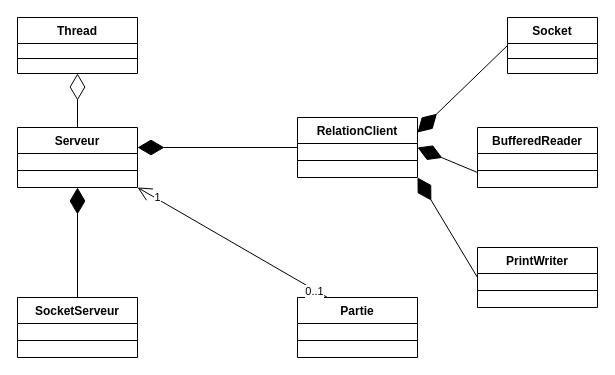
The draw.io diagram page "Page-3" (3 of 4) of Serveur.drawio in MehdiHaboucha/kahoot, before the edit. Source tidied: cells renumbered, new cells numbered last; positions are measured from the earlier drawing's top-left corner, leaving out a move shared by most shapes. Both pictures are drawn from the tidied source at 100%, with x=0, y=0 at pixel (17, 17).
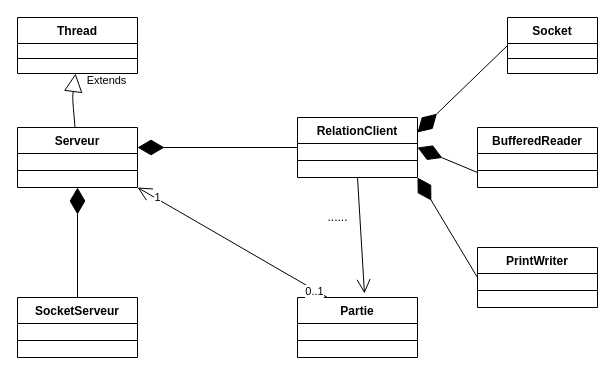
After the change.

Unchanged cells that the change refers to:
```xml
<mxCell id="2" value="Serveur" style="swimlane;fontStyle=1;align=center;verticalAlign=top;horizontal=1;startSize=26;" parent="1" vertex="1">
  <mxGeometry y="110" width="120" height="60" as="geometry" />
</mxCell>
<mxCell id="5" value="RelationClient" style="swimlane;fontStyle=1;align=center;verticalAlign=top;horizontal=1;startSize=26;" parent="1" vertex="1">
  <mxGeometry x="280" y="100" width="120" height="60" as="geometry" />
</mxCell>
<mxCell id="9" value="Thread" style="swimlane;fontStyle=1;align=center;verticalAlign=top;horizontal=1;startSize=26;" parent="1" vertex="1">
  <mxGeometry width="120" height="56" as="geometry" />
</mxCell>
<mxCell id="10" style="line;strokeWidth=1;fillColor=none;align=left;verticalAlign=middle;spacingTop=-1;spacingLeft=3;spacingRight=3;labelPosition=right;points=[];portConstraint=eastwest;" parent="9" vertex="1">
  <mxGeometry y="26" width="120" height="30" as="geometry" />
</mxCell>
<mxCell id="22" value="Partie" style="swimlane;fontStyle=1;align=center;verticalAlign=top;horizontal=1;startSize=26;" parent="1" vertex="1">
  <mxGeometry x="280" y="280" width="120" height="60" as="geometry" />
</mxCell>
```

The edit, as a diff of the source:
```diff
@@
-    <mxCell id="11" style="endArrow=diamondThin;endFill=0;endSize=24;html=1;exitX=0.5;exitY=0;exitDx=0;exitDy=0;" parent="9" edge="1" source="2">
-      <mxGeometry relative="1" as="geometry">
-        <mxPoint x="60" y="56" as="targetPoint" />
-      </mxGeometry>
-    </mxCell>
@@
+    <mxCell id="27" style="endArrow=open;endFill=1;endSize=12;html=1;entryX=0.558;entryY=-0.067;entryDx=0;entryDy=0;entryPerimeter=0;exitX=0.5;exitY=1;exitDx=0;exitDy=0;" parent="1" edge="1" source="5" target="22">
+      <mxGeometry relative="1" as="geometry" />
+    </mxCell>
+    <mxCell id="28" value="......" style="text;html=1;align=center;verticalAlign=middle;" parent="1" vertex="1">
+      <mxGeometry x="300" y="190" width="40" height="20" as="geometry" />
+    </mxCell>
+    <mxCell id="29" value="Extends" style="endArrow=block;endSize=16;endFill=0;html=1;" parent="1" edge="1" source="2" target="10">
+      <mxGeometry x="0.88" y="-32" relative="1" as="geometry">
+        <Array as="points">
+          <mxPoint x="55" y="80" />
+        </Array>
+      </mxGeometry>
+    </mxCell>
```
